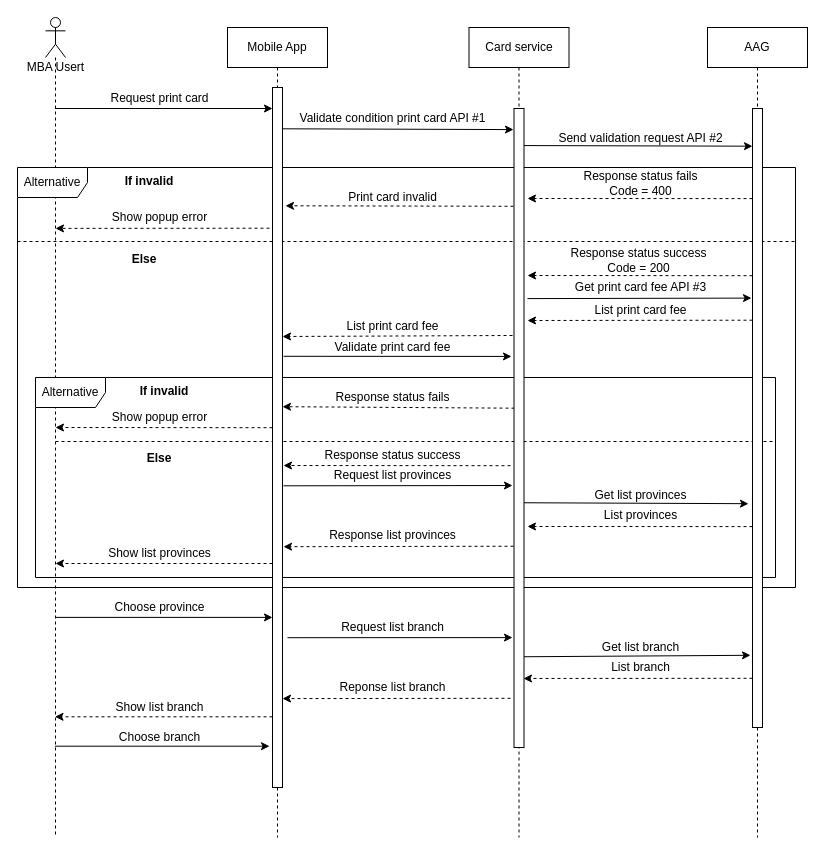
Above: page "Print-card" (9 of 13) of Sequence Diagram.drawio in lyminh1994/diagram (draw.io), before the change. Source tidied: cells renumbered, new cells numbered last; positions are measured from the earlier drawing's top-left corner, leaving out a move shared by most shapes. Both pictures are drawn from the tidied source at 100%, with x=0, y=0 at pixel (17, 17).
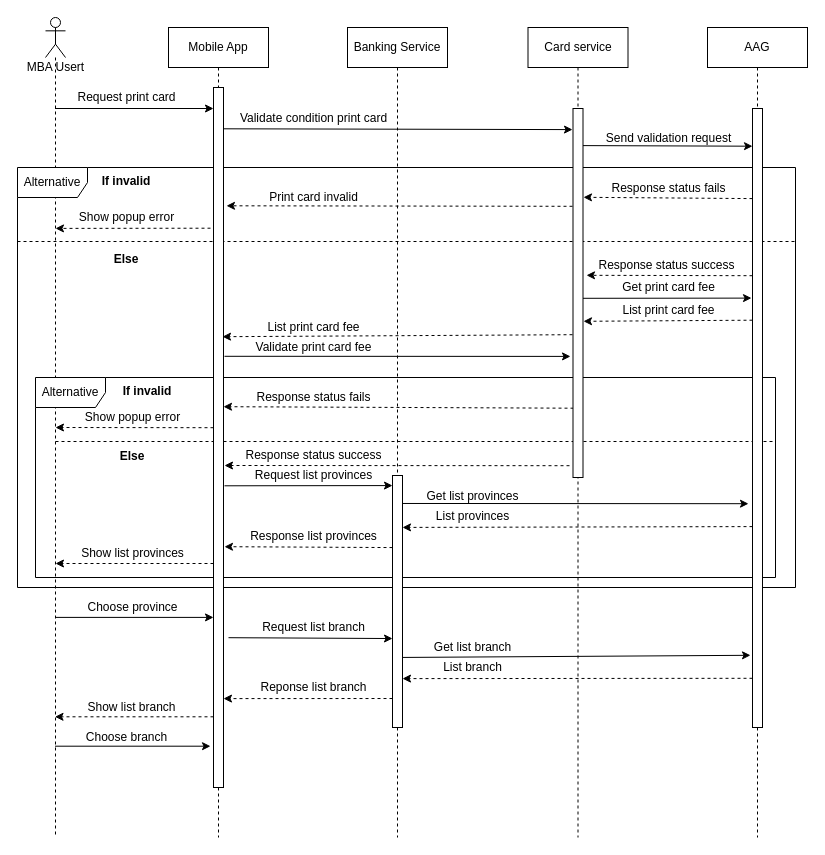
Above is the later version.

Change to the diagram source:
```diff
@@
     <mxCell id="6" value="&lt;span&gt;Mobile App&lt;/span&gt;" style="shape=umlLifeline;perimeter=lifelinePerimeter;whiteSpace=wrap;html=1;rounded=0;shadow=0;strokeColor=#000000;strokeWidth=1;fillColor=none;verticalAlign=middle;" parent="1" vertex="1">
-      <mxGeometry x="210" y="10" width="100" height="810" as="geometry" />
+      <mxGeometry x="151" y="10" width="100" height="810" as="geometry" />
     </mxCell>
@@
     <mxCell id="8" value="Request print card" style="text;html=1;align=center;verticalAlign=middle;strokeColor=none;" parent="1" vertex="1">
-      <mxGeometry x="87" y="71" width="110" height="20" as="geometry" />
+      <mxGeometry x="54" y="70" width="110" height="20" as="geometry" />
     </mxCell>
-    <mxCell id="9" value="Validate condition print card API #1" style="text;html=1;align=center;verticalAlign=middle;strokeColor=none;" parent="1" vertex="1">
-      <mxGeometry x="274.5" y="91" width="200" height="20" as="geometry" />
+    <mxCell id="9" value="Validate condition print card" style="text;html=1;align=center;verticalAlign=middle;strokeColor=none;" parent="1" vertex="1">
+      <mxGeometry x="215.5" y="91" width="160" height="20" as="geometry" />
     </mxCell>
-    <mxCell id="10" value="Send validation request API #2" style="text;html=1;align=center;verticalAlign=middle;strokeColor=none;" parent="1" vertex="1">
-      <mxGeometry x="533" y="111" width="180" height="20" as="geometry" />
+    <mxCell id="10" value="Send validation request" style="text;html=1;align=center;verticalAlign=middle;strokeColor=none;" parent="1" vertex="1">
+      <mxGeometry x="581" y="111" width="140" height="20" as="geometry" />
     </mxCell>
     <mxCell id="11" value="&lt;span&gt;Card service&lt;/span&gt;" style="shape=umlLifeline;perimeter=lifelinePerimeter;whiteSpace=wrap;html=1;rounded=0;shadow=0;strokeColor=#000000;strokeWidth=1;fillColor=none;verticalAlign=middle;" parent="1" vertex="1">
-      <mxGeometry x="451.5" y="10" width="100" height="810" as="geometry" />
+      <mxGeometry x="510.5" y="10" width="100" height="810" as="geometry" />
     </mxCell>
@@
-    <mxCell id="13" value="Response status fails&lt;br&gt;Code = 400" style="text;html=1;align=center;verticalAlign=middle;strokeColor=none;" parent="1" vertex="1">
-      <mxGeometry x="558" y="151" width="130" height="30" as="geometry" />
+    <mxCell id="13" value="Response status fails" style="text;html=1;align=center;verticalAlign=middle;strokeColor=none;" parent="1" vertex="1">
+      <mxGeometry x="586" y="161" width="130" height="20" as="geometry" />
     </mxCell>
     <mxCell id="14" value="Print card invalid" style="text;html=1;align=center;verticalAlign=middle;strokeColor=none;" parent="1" vertex="1">
-      <mxGeometry x="324.5" y="170" width="100" height="20" as="geometry" />
+      <mxGeometry x="245.5" y="170" width="100" height="20" as="geometry" />
     </mxCell>
     <mxCell id="15" value="Show popup error" style="text;html=1;align=center;verticalAlign=middle;strokeColor=none;" parent="1" vertex="1">
-      <mxGeometry x="87" y="190" width="110" height="20" as="geometry" />
+      <mxGeometry x="54" y="190" width="110" height="20" as="geometry" />
     </mxCell>
@@
-    <mxCell id="17" value="Response status success&lt;br&gt;Code = 200" style="text;html=1;align=center;verticalAlign=middle;strokeColor=none;" parent="1" vertex="1">
-      <mxGeometry x="546" y="228" width="150" height="30" as="geometry" />
+    <mxCell id="17" value="Response status success" style="text;html=1;align=center;verticalAlign=middle;strokeColor=none;" parent="1" vertex="1">
+      <mxGeometry x="574" y="238" width="150" height="20" as="geometry" />
     </mxCell>
-    <mxCell id="18" value="Get print card fee API #3" style="text;html=1;align=center;verticalAlign=middle;strokeColor=none;" parent="1" vertex="1">
-      <mxGeometry x="548" y="260" width="150" height="20" as="geometry" />
+    <mxCell id="18" value="Get print card fee" style="text;html=1;align=center;verticalAlign=middle;strokeColor=none;" parent="1" vertex="1">
+      <mxGeometry x="596" y="260" width="110" height="20" as="geometry" />
     </mxCell>
     <mxCell id="19" value="List print card fee" style="text;html=1;align=center;verticalAlign=middle;strokeColor=none;" parent="1" vertex="1">
-      <mxGeometry x="568" y="283" width="110" height="20" as="geometry" />
+      <mxGeometry x="596" y="283" width="110" height="20" as="geometry" />
     </mxCell>
     <mxCell id="20" value="List print card fee" style="text;html=1;align=center;verticalAlign=middle;strokeColor=none;" parent="1" vertex="1">
-      <mxGeometry x="319.5" y="299" width="110" height="20" as="geometry" />
+      <mxGeometry x="240.5" y="300" width="110" height="20" as="geometry" />
     </mxCell>
     <mxCell id="21" value="Validate print card fee" style="text;html=1;align=center;verticalAlign=middle;strokeColor=none;" parent="1" vertex="1">
-      <mxGeometry x="309.5" y="320" width="130" height="20" as="geometry" />
+      <mxGeometry x="230.5" y="320" width="130" height="20" as="geometry" />
     </mxCell>
@@
     <mxCell id="23" value="Response status fails" style="text;html=1;align=center;verticalAlign=middle;strokeColor=none;" parent="1" vertex="1">
-      <mxGeometry x="309.5" y="370" width="130" height="20" as="geometry" />
+      <mxGeometry x="230.5" y="370" width="130" height="20" as="geometry" />
     </mxCell>
     <mxCell id="24" value="Show popup error" style="text;html=1;align=center;verticalAlign=middle;strokeColor=none;" parent="1" vertex="1">
-      <mxGeometry x="87" y="390" width="110" height="20" as="geometry" />
+      <mxGeometry x="60" y="390" width="110" height="20" as="geometry" />
     </mxCell>
@@
     <mxCell id="26" value="Response status success" style="text;html=1;align=center;verticalAlign=middle;strokeColor=none;" parent="1" vertex="1">
-      <mxGeometry x="299.5" y="428" width="150" height="20" as="geometry" />
+      <mxGeometry x="220.5" y="428" width="150" height="20" as="geometry" />
     </mxCell>
     <mxCell id="27" value="Request list provinces" style="text;html=1;align=center;verticalAlign=middle;strokeColor=none;" parent="1" vertex="1">
-      <mxGeometry x="309.5" y="448" width="130" height="20" as="geometry" />
+      <mxGeometry x="230.5" y="448" width="130" height="20" as="geometry" />
     </mxCell>
     <mxCell id="28" value="Get list provinces" style="text;html=1;align=center;verticalAlign=middle;strokeColor=none;" parent="1" vertex="1">
-      <mxGeometry x="568" y="468" width="110" height="20" as="geometry" />
+      <mxGeometry x="400" y="469" width="110" height="20" as="geometry" />
     </mxCell>
     <mxCell id="29" value="List provinces" style="text;html=1;align=center;verticalAlign=middle;strokeColor=none;" parent="1" vertex="1">
-      <mxGeometry x="578" y="488" width="90" height="20" as="geometry" />
+      <mxGeometry x="410" y="489" width="90" height="20" as="geometry" />
     </mxCell>
     <mxCell id="30" value="Response list provinces" style="text;html=1;align=center;verticalAlign=middle;strokeColor=none;" parent="1" vertex="1">
-      <mxGeometry x="304.5" y="508" width="140" height="20" as="geometry" />
+      <mxGeometry x="225.5" y="509" width="140" height="20" as="geometry" />
     </mxCell>
     <mxCell id="31" value="Show list provinces" style="text;html=1;align=center;verticalAlign=middle;strokeColor=none;" parent="1" vertex="1">
-      <mxGeometry x="82" y="526" width="120" height="20" as="geometry" />
+      <mxGeometry x="55" y="526" width="120" height="20" as="geometry" />
     </mxCell>
     <mxCell id="32" value="Choose province" style="text;html=1;align=center;verticalAlign=middle;strokeColor=none;" parent="1" vertex="1">
-      <mxGeometry x="87" y="580" width="110" height="20" as="geometry" />
+      <mxGeometry x="60" y="580" width="110" height="20" as="geometry" />
     </mxCell>
     <mxCell id="33" value="Request list branch" style="text;html=1;align=center;verticalAlign=middle;strokeColor=none;" parent="1" vertex="1">
-      <mxGeometry x="314.5" y="600" width="120" height="20" as="geometry" />
+      <mxGeometry x="235.5" y="600" width="120" height="20" as="geometry" />
     </mxCell>
     <mxCell id="34" value="Get list branch" style="text;html=1;align=center;verticalAlign=middle;strokeColor=none;" parent="1" vertex="1">
-      <mxGeometry x="578" y="620" width="90" height="20" as="geometry" />
+      <mxGeometry x="410" y="620" width="90" height="20" as="geometry" />
     </mxCell>
     <mxCell id="35" value="List branch" style="text;html=1;align=center;verticalAlign=middle;strokeColor=none;" parent="1" vertex="1">
-      <mxGeometry x="588" y="640" width="70" height="20" as="geometry" />
+      <mxGeometry x="420" y="640" width="70" height="20" as="geometry" />
     </mxCell>
     <mxCell id="36" value="Reponse list branch" style="text;html=1;align=center;verticalAlign=middle;strokeColor=none;" parent="1" vertex="1">
-      <mxGeometry x="314.5" y="660" width="120" height="20" as="geometry" />
+      <mxGeometry x="235.5" y="660" width="120" height="20" as="geometry" />
     </mxCell>
     <mxCell id="37" value="Show list branch" style="text;html=1;align=center;verticalAlign=middle;strokeColor=none;" parent="1" vertex="1">
-      <mxGeometry x="92" y="680" width="100" height="20" as="geometry" />
+      <mxGeometry x="64" y="680" width="100" height="20" as="geometry" />
     </mxCell>
     <mxCell id="38" value="Choose branch" style="text;html=1;align=center;verticalAlign=middle;strokeColor=none;" parent="1" vertex="1">
-      <mxGeometry x="92" y="710" width="100" height="20" as="geometry" />
+      <mxGeometry x="59" y="710" width="100" height="20" as="geometry" />
     </mxCell>
-    <mxCell id="39" style="edgeStyle=none;rounded=0;jettySize=auto;html=1;entryX=-0.05;entryY=0.033;entryDx=0;entryDy=0;entryPerimeter=0;fontSize=12;exitX=1;exitY=0.059;exitDx=0;exitDy=0;exitPerimeter=0;" parent="1" edge="1" source="68" target="66">
-      <mxGeometry relative="1" as="geometry" />
+    <mxCell id="39" style="edgeStyle=none;rounded=0;jettySize=auto;html=1;entryX=-0.05;entryY=0.033;entryDx=0;entryDy=0;entryPerimeter=0;fontSize=12;exitX=1;exitY=0.059;exitDx=0;exitDy=0;exitPerimeter=0;" parent="1" edge="1" source="68">
+      <mxGeometry relative="1" as="geometry">
+        <mxPoint x="555" y="112.1" as="targetPoint" />
+      </mxGeometry>
     </mxCell>
-    <mxCell id="40" style="edgeStyle=none;rounded=0;jettySize=auto;html=1;entryX=-0.25;entryY=0.388;entryDx=0;entryDy=0;entryPerimeter=0;fontSize=12;exitX=1.1;exitY=0.384;exitDx=0;exitDy=0;exitPerimeter=0;" parent="1" edge="1" source="68" target="66">
-      <mxGeometry relative="1" as="geometry" />
+    <mxCell id="40" style="edgeStyle=none;rounded=0;jettySize=auto;html=1;entryX=-0.25;entryY=0.388;entryDx=0;entryDy=0;entryPerimeter=0;fontSize=12;exitX=1.1;exitY=0.384;exitDx=0;exitDy=0;exitPerimeter=0;" parent="1" edge="1" source="68">
+      <mxGeometry relative="1" as="geometry">
+        <mxPoint x="553" y="338.9" as="targetPoint" />
+      </mxGeometry>
     </mxCell>
-    <mxCell id="41" style="edgeStyle=none;rounded=0;jettySize=auto;html=1;entryX=-0.15;entryY=0.59;entryDx=0;entryDy=0;entryPerimeter=0;fontSize=12;exitX=1.1;exitY=0.569;exitDx=0;exitDy=0;exitPerimeter=0;" parent="1" edge="1" source="68" target="66">
+    <mxCell id="41" style="edgeStyle=none;rounded=0;jettySize=auto;html=1;entryX=0;entryY=0.04;entryDx=0;entryDy=0;entryPerimeter=0;fontSize=12;exitX=1.1;exitY=0.569;exitDx=0;exitDy=0;exitPerimeter=0;" parent="1" edge="1" source="68" target="70">
       <mxGeometry relative="1" as="geometry" />
     </mxCell>
-    <mxCell id="42" style="edgeStyle=none;rounded=0;jettySize=auto;html=1;entryX=-0.15;entryY=0.828;entryDx=0;entryDy=0;entryPerimeter=0;fontSize=12;exitX=1.5;exitY=0.786;exitDx=0;exitDy=0;exitPerimeter=0;" parent="1" edge="1" source="68" target="66">
+    <mxCell id="42" style="edgeStyle=none;rounded=0;jettySize=auto;html=1;fontSize=12;exitX=1.5;exitY=0.786;exitDx=0;exitDy=0;exitPerimeter=0;entryX=0;entryY=0.647;entryDx=0;entryDy=0;entryPerimeter=0;" parent="1" edge="1" source="68" target="70">
       <mxGeometry relative="1" as="geometry" />
     </mxCell>
@@
-    <mxCell id="46" style="edgeStyle=none;rounded=0;jettySize=auto;html=1;entryX=0;entryY=0.041;entryDx=0;entryDy=0;entryPerimeter=0;fontSize=12;exitX=0.95;exitY=0.058;exitDx=0;exitDy=0;exitPerimeter=0;" parent="1" edge="1" source="66">
+    <mxCell id="46" style="edgeStyle=none;rounded=0;orthogonalLoop=1;jettySize=auto;html=1;entryX=0;entryY=0.041;entryDx=0;entryDy=0;entryPerimeter=0;fontSize=12;exitX=0.95;exitY=0.058;exitDx=0;exitDy=0;exitPerimeter=0;" parent="1" edge="1">
       <mxGeometry relative="1" as="geometry">
+        <mxPoint x="565" y="128.1" as="sourcePoint" />
         <mxPoint x="735" y="128.7" as="targetPoint" />
       </mxGeometry>
     </mxCell>
-    <mxCell id="47" style="edgeStyle=none;rounded=0;orthogonalLoop=1;jettySize=auto;html=1;entryX=-0.1;entryY=0.19;entryDx=0;entryDy=0;entryPerimeter=0;fontSize=12;exitX=1.35;exitY=0.274;exitDx=0;exitDy=0;exitPerimeter=0;" parent="1" edge="1">
+    <mxCell id="47" style="edgeStyle=none;rounded=0;orthogonalLoop=1;jettySize=auto;html=1;entryX=-0.1;entryY=0.19;entryDx=0;entryDy=0;entryPerimeter=0;fontSize=12;exitX=0.95;exitY=0.297;exitDx=0;exitDy=0;exitPerimeter=0;" parent="1" edge="1">
       <mxGeometry relative="1" as="geometry">
-        <mxPoint x="510" y="281.1" as="sourcePoint" />
+        <mxPoint x="565" y="280.8" as="sourcePoint" />
         <mxPoint x="734" y="280.6" as="targetPoint" />
       </mxGeometry>
     </mxCell>
-    <mxCell id="48" style="edgeStyle=none;rounded=0;jettySize=auto;html=1;entryX=-0.4;entryY=0.43;entryDx=0;entryDy=0;entryPerimeter=0;fontSize=12;exitX=0.95;exitY=0.617;exitDx=0;exitDy=0;exitPerimeter=0;" parent="1" edge="1" source="66">
+    <mxCell id="48" style="edgeStyle=none;rounded=0;jettySize=auto;html=1;entryX=-0.4;entryY=0.43;entryDx=0;entryDy=0;entryPerimeter=0;fontSize=12;exitX=0.9;exitY=0.111;exitDx=0;exitDy=0;exitPerimeter=0;" parent="1" edge="1" source="70">
       <mxGeometry relative="1" as="geometry">
         <mxPoint x="731" y="486.2" as="targetPoint" />
       </mxGeometry>
     </mxCell>
-    <mxCell id="49" style="edgeStyle=none;rounded=0;jettySize=auto;html=1;entryX=-0.2;entryY=0.595;entryDx=0;entryDy=0;entryPerimeter=0;fontSize=12;exitX=0.95;exitY=0.858;exitDx=0;exitDy=0;exitPerimeter=0;" parent="1" edge="1" source="66">
+    <mxCell id="49" style="edgeStyle=none;rounded=0;jettySize=auto;html=1;entryX=-0.2;entryY=0.595;entryDx=0;entryDy=0;entryPerimeter=0;fontSize=12;exitX=1;exitY=0.722;exitDx=0;exitDy=0;exitPerimeter=0;" parent="1" edge="1" source="70">
       <mxGeometry relative="1" as="geometry">
         <mxPoint x="733" y="637.8" as="targetPoint" />
       </mxGeometry>
     </mxCell>
-    <mxCell id="50" style="edgeStyle=none;rounded=0;jettySize=auto;html=1;entryX=1.3;entryY=0.169;entryDx=0;entryDy=0;entryPerimeter=0;dashed=1;fontSize=12;exitX=-0.05;exitY=0.153;exitDx=0;exitDy=0;exitPerimeter=0;" parent="1" edge="1" source="66" target="68">
-      <mxGeometry relative="1" as="geometry" />
+    <mxCell id="50" style="edgeStyle=none;rounded=0;jettySize=auto;html=1;entryX=1.3;entryY=0.169;entryDx=0;entryDy=0;entryPerimeter=0;dashed=1;fontSize=12;exitX=-0.05;exitY=0.153;exitDx=0;exitDy=0;exitPerimeter=0;" parent="1" edge="1" target="68">
+      <mxGeometry relative="1" as="geometry">
+        <mxPoint x="555" y="188.8" as="sourcePoint" />
+      </mxGeometry>
     </mxCell>
-    <mxCell id="51" style="edgeStyle=none;rounded=0;orthogonalLoop=1;jettySize=auto;html=1;entryX=1;entryY=0.34;entryDx=0;entryDy=0;entryPerimeter=0;dashed=1;fontSize=12;exitX=-0.15;exitY=0.338;exitDx=0;exitDy=0;exitPerimeter=0;" parent="1" edge="1">
+    <mxCell id="51" style="edgeStyle=none;rounded=0;jettySize=auto;html=1;entryX=0.9;entryY=0.356;entryDx=0;entryDy=0;entryPerimeter=0;dashed=1;fontSize=12;exitX=-0.05;exitY=0.354;exitDx=0;exitDy=0;exitPerimeter=0;" parent="1" edge="1" target="68">
       <mxGeometry relative="1" as="geometry">
-        <mxPoint x="495" y="318" as="sourcePoint" />
-        <mxPoint x="265" y="319" as="targetPoint" />
+        <mxPoint x="555" y="317.2" as="sourcePoint" />
       </mxGeometry>
     </mxCell>
-    <mxCell id="52" style="edgeStyle=none;rounded=0;jettySize=auto;html=1;entryX=1;entryY=0.456;entryDx=0;entryDy=0;entryPerimeter=0;dashed=1;fontSize=12;exitX=0.05;exitY=0.469;exitDx=0;exitDy=0;exitPerimeter=0;" parent="1" edge="1" source="66" target="68">
-      <mxGeometry relative="1" as="geometry" />
+    <mxCell id="52" style="edgeStyle=none;rounded=0;jettySize=auto;html=1;entryX=1;entryY=0.456;entryDx=0;entryDy=0;entryPerimeter=0;dashed=1;fontSize=12;exitX=0.05;exitY=0.469;exitDx=0;exitDy=0;exitPerimeter=0;" parent="1" edge="1" target="68">
+      <mxGeometry relative="1" as="geometry">
+        <mxPoint x="556" y="390.7" as="sourcePoint" />
+      </mxGeometry>
     </mxCell>
-    <mxCell id="53" style="edgeStyle=none;rounded=0;jettySize=auto;html=1;entryX=1.1;entryY=0.54;entryDx=0;entryDy=0;entryPerimeter=0;dashed=1;fontSize=12;exitX=-0.35;exitY=0.559;exitDx=0;exitDy=0;exitPerimeter=0;" parent="1" edge="1" source="66" target="68">
-      <mxGeometry relative="1" as="geometry" />
+    <mxCell id="53" style="edgeStyle=none;rounded=0;jettySize=auto;html=1;entryX=1.1;entryY=0.54;entryDx=0;entryDy=0;entryPerimeter=0;dashed=1;fontSize=12;exitX=-0.35;exitY=0.559;exitDx=0;exitDy=0;exitPerimeter=0;" parent="1" edge="1" target="68">
+      <mxGeometry relative="1" as="geometry">
+        <mxPoint x="552" y="448.2" as="sourcePoint" />
+      </mxGeometry>
     </mxCell>
-    <mxCell id="54" style="edgeStyle=none;rounded=0;jettySize=auto;html=1;entryX=1.1;entryY=0.656;entryDx=0;entryDy=0;entryPerimeter=0;dashed=1;fontSize=12;exitX=-0.05;exitY=0.685;exitDx=0;exitDy=0;exitPerimeter=0;" parent="1" edge="1" source="66" target="68">
+    <mxCell id="54" style="edgeStyle=none;rounded=0;jettySize=auto;html=1;entryX=1.1;entryY=0.656;entryDx=0;entryDy=0;entryPerimeter=0;dashed=1;fontSize=12;exitX=0;exitY=0.286;exitDx=0;exitDy=0;exitPerimeter=0;" parent="1" edge="1" source="70" target="68">
       <mxGeometry relative="1" as="geometry" />
     </mxCell>
-    <mxCell id="55" style="edgeStyle=none;rounded=0;jettySize=auto;html=1;entryX=1;entryY=0.873;entryDx=0;entryDy=0;entryPerimeter=0;dashed=1;fontSize=12;exitX=-0.35;exitY=0.923;exitDx=0;exitDy=0;exitPerimeter=0;" parent="1" edge="1" source="66" target="68">
+    <mxCell id="55" style="edgeStyle=none;rounded=0;jettySize=auto;html=1;entryX=1;entryY=0.873;entryDx=0;entryDy=0;entryPerimeter=0;dashed=1;fontSize=12;exitX=0;exitY=0.885;exitDx=0;exitDy=0;exitPerimeter=0;" parent="1" edge="1" source="70" target="68">
       <mxGeometry relative="1" as="geometry" />
     </mxCell>
-    <mxCell id="56" style="edgeStyle=none;rounded=0;orthogonalLoop=1;jettySize=auto;html=1;fontSize=12;dashed=1;" parent="1" edge="1">
+    <mxCell id="56" style="edgeStyle=none;rounded=0;orthogonalLoop=1;jettySize=auto;html=1;fontSize=12;dashed=1;entryX=1.05;entryY=0.139;entryDx=0;entryDy=0;entryPerimeter=0;" parent="1" edge="1">
       <mxGeometry relative="1" as="geometry">
         <mxPoint x="735" y="181.1" as="sourcePoint" />
-        <mxPoint x="510" y="181" as="targetPoint" />
+        <mxPoint x="566" y="179.8" as="targetPoint" />
       </mxGeometry>
     </mxCell>
-    <mxCell id="57" style="edgeStyle=none;rounded=0;orthogonalLoop=1;jettySize=auto;html=1;dashed=1;fontSize=12;" parent="1" edge="1">
+    <mxCell id="57" style="edgeStyle=none;rounded=0;orthogonalLoop=1;jettySize=auto;html=1;dashed=1;fontSize=12;entryX=1.35;entryY=0.261;entryDx=0;entryDy=0;entryPerimeter=0;" parent="1" edge="1">
       <mxGeometry relative="1" as="geometry">
         <mxPoint x="735" y="258.2" as="sourcePoint" />
-        <mxPoint x="510" y="258" as="targetPoint" />
+        <mxPoint x="569" y="257.8" as="targetPoint" />
       </mxGeometry>
     </mxCell>
-    <mxCell id="58" style="edgeStyle=none;rounded=0;orthogonalLoop=1;jettySize=auto;html=1;dashed=1;fontSize=12;" parent="1" edge="1">
+    <mxCell id="58" style="edgeStyle=none;rounded=0;orthogonalLoop=1;jettySize=auto;html=1;dashed=1;fontSize=12;entryX=1.05;entryY=0.333;entryDx=0;entryDy=0;entryPerimeter=0;" parent="1" edge="1">
       <mxGeometry relative="1" as="geometry">
         <mxPoint x="735" y="302.7" as="sourcePoint" />
-        <mxPoint x="510" y="303" as="targetPoint" />
+        <mxPoint x="566" y="303.8" as="targetPoint" />
       </mxGeometry>
     </mxCell>
-    <mxCell id="59" style="edgeStyle=none;rounded=0;orthogonalLoop=1;jettySize=auto;html=1;dashed=1;fontSize=12;" parent="1" edge="1">
+    <mxCell id="59" style="edgeStyle=none;rounded=0;jettySize=auto;html=1;dashed=1;fontSize=12;entryX=1;entryY=0.206;entryDx=0;entryDy=0;entryPerimeter=0;" parent="1" edge="1" target="70">
       <mxGeometry relative="1" as="geometry">
         <mxPoint x="735" y="509.1" as="sourcePoint" />
-        <mxPoint x="510" y="509" as="targetPoint" />
       </mxGeometry>
     </mxCell>
-    <mxCell id="60" style="edgeStyle=none;rounded=0;jettySize=auto;html=1;entryX=0.95;entryY=0.892;entryDx=0;entryDy=0;entryPerimeter=0;dashed=1;fontSize=12;" parent="1" edge="1" target="66">
+    <mxCell id="60" style="edgeStyle=none;rounded=0;jettySize=auto;html=1;entryX=1;entryY=0.806;entryDx=0;entryDy=0;entryPerimeter=0;dashed=1;fontSize=12;" parent="1" edge="1" target="70">
       <mxGeometry relative="1" as="geometry">
         <mxPoint x="735" y="660.8" as="sourcePoint" />
       </mxGeometry>
     </mxCell>
@@
     <mxCell id="62" value="If invalid" style="text;align=center;fontStyle=1;verticalAlign=middle;spacingLeft=3;spacingRight=3;strokeColor=none;fontSize=12;" parent="1" vertex="1">
-      <mxGeometry x="92" y="150" width="80" height="26" as="geometry" />
+      <mxGeometry x="69" y="150" width="80" height="26" as="geometry" />
     </mxCell>
     <mxCell id="63" value="Else" style="text;align=center;fontStyle=1;verticalAlign=middle;spacingLeft=3;spacingRight=3;strokeColor=none;fontSize=12;" parent="1" vertex="1">
-      <mxGeometry x="87" y="228" width="80" height="26" as="geometry" />
+      <mxGeometry x="69" y="228" width="80" height="26" as="geometry" />
     </mxCell>
     <mxCell id="64" value="If invalid" style="text;align=center;fontStyle=1;verticalAlign=middle;spacingLeft=3;spacingRight=3;strokeColor=none;fontSize=12;" parent="1" vertex="1">
-      <mxGeometry x="107" y="360" width="80" height="26" as="geometry" />
+      <mxGeometry x="90" y="360" width="80" height="26" as="geometry" />
     </mxCell>
     <mxCell id="65" value="Else" style="text;align=center;fontStyle=1;verticalAlign=middle;spacingLeft=3;spacingRight=3;strokeColor=none;fontSize=12;" parent="1" vertex="1">
-      <mxGeometry x="102" y="427" width="80" height="26" as="geometry" />
+      <mxGeometry x="75" y="425" width="80" height="26" as="geometry" />
     </mxCell>
-    <mxCell id="66" style="html=1;points=[];perimeter=orthogonalPerimeter;fontSize=12;verticalAlign=middle;" parent="1" vertex="1">
-      <mxGeometry x="496.5" y="91" width="10" height="639" as="geometry" />
-    </mxCell>
@@
     <mxCell id="68" style="html=1;points=[];perimeter=orthogonalPerimeter;fontSize=12;verticalAlign=middle;" parent="1" vertex="1">
-      <mxGeometry x="255" y="70" width="10" height="700" as="geometry" />
+      <mxGeometry x="196" y="70" width="10" height="700" as="geometry" />
     </mxCell>
+    <mxCell id="69" value="&lt;span&gt;Banking Service&lt;/span&gt;" style="shape=umlLifeline;perimeter=lifelinePerimeter;whiteSpace=wrap;html=1;rounded=0;shadow=0;strokeColor=#000000;strokeWidth=1;fillColor=none;verticalAlign=middle;" parent="1" vertex="1">
+      <mxGeometry x="330" y="10" width="100" height="810" as="geometry" />
+    </mxCell>
+    <mxCell id="70" style="html=1;points=[];perimeter=orthogonalPerimeter;" parent="1" vertex="1">
+      <mxGeometry x="375" y="458" width="10" height="252" as="geometry" />
+    </mxCell>
+    <mxCell id="71" style="html=1;perimeter=orthogonalPerimeter;fontSize=12;verticalAlign=middle;" parent="1" vertex="1">
+      <mxGeometry x="555.5" y="91" width="10" height="369" as="geometry" />
+    </mxCell>
```
